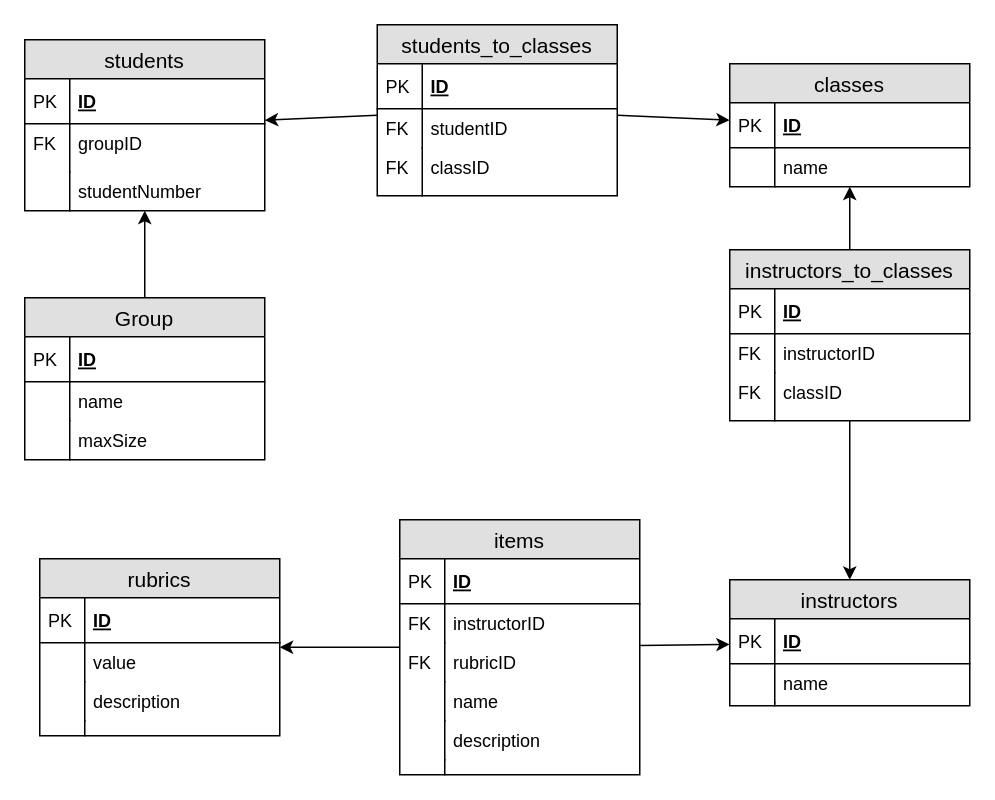
Earlier version of the draw.io diagram Docs/databaseSchema.drawio (mRileyMacK/SYSC4806-TeamJORA). Source tidied: cells renumbered, new cells numbered last; positions are measured from the earlier drawing's top-left corner, leaving out a move shared by most shapes. Both pictures are drawn from the tidied source at 150%, with x=0, y=0 at pixel (24, 24).
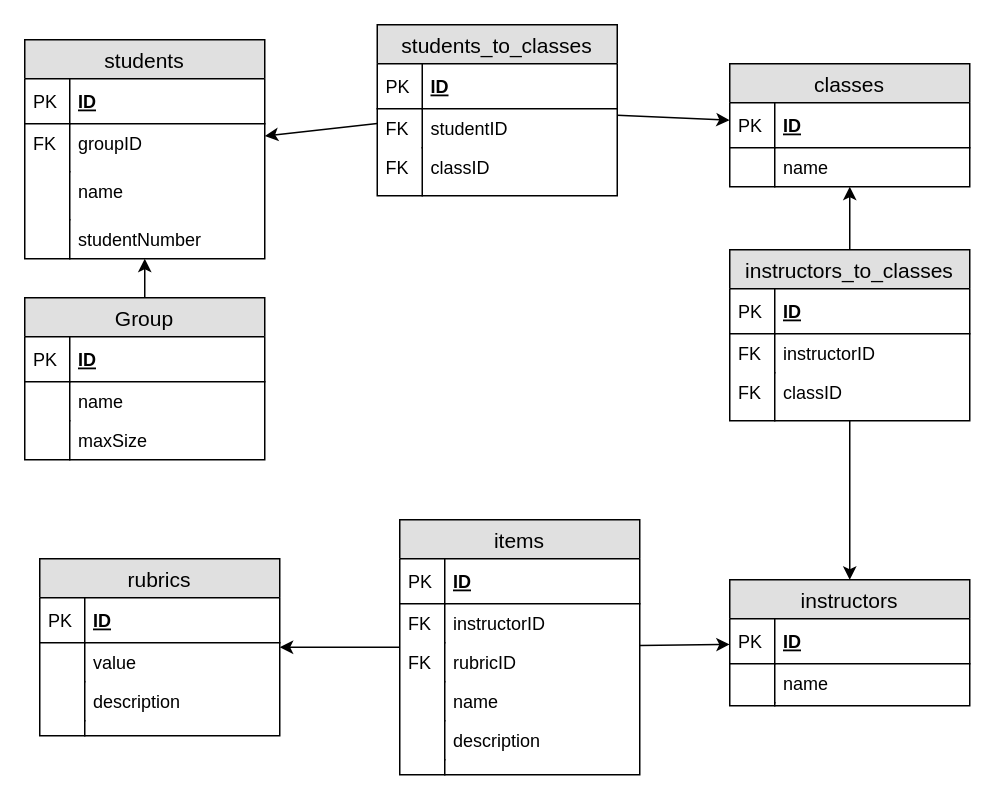
The same page after the edit.

Diff of the diagram source:
```diff
@@
     <mxCell id="2" value="students" style="swimlane;fontStyle=0;horizontal=1;startSize=26;fillColor=#e0e0e0;swimlaneFillColor=#ffffff;align=center;fontSize=14;" parent="1" vertex="1">
-      <mxGeometry y="10" width="160" height="114" as="geometry" />
+      <mxGeometry y="10" width="160" height="146" as="geometry" />
     </mxCell>
@@
+    <mxCell id="71" value="name" style="shape=partialRectangle;top=0;left=0;right=0;bottom=0;align=left;verticalAlign=top;fillColor=none;spacingLeft=34;spacingRight=4;overflow=hidden;fontSize=12;" parent="2" vertex="1">
+      <mxGeometry y="88" width="160" height="32" as="geometry" />
+    </mxCell>
+    <mxCell id="72" style="shape=partialRectangle;top=0;left=0;bottom=0;fillColor=none;align=left;verticalAlign=top;spacingLeft=4;spacingRight=4;overflow=hidden;fontSize=12;" parent="71" vertex="1">
+      <mxGeometry width="30" height="32" as="geometry" />
+    </mxCell>
     <mxCell id="7" value="studentNumber" style="shape=partialRectangle;top=0;left=0;right=0;bottom=0;align=left;verticalAlign=top;fillColor=none;spacingLeft=34;spacingRight=4;overflow=hidden;fontSize=12;" parent="2" vertex="1">
-      <mxGeometry y="88" width="160" height="26" as="geometry" />
+      <mxGeometry y="120" width="160" height="26" as="geometry" />
     </mxCell>
```
